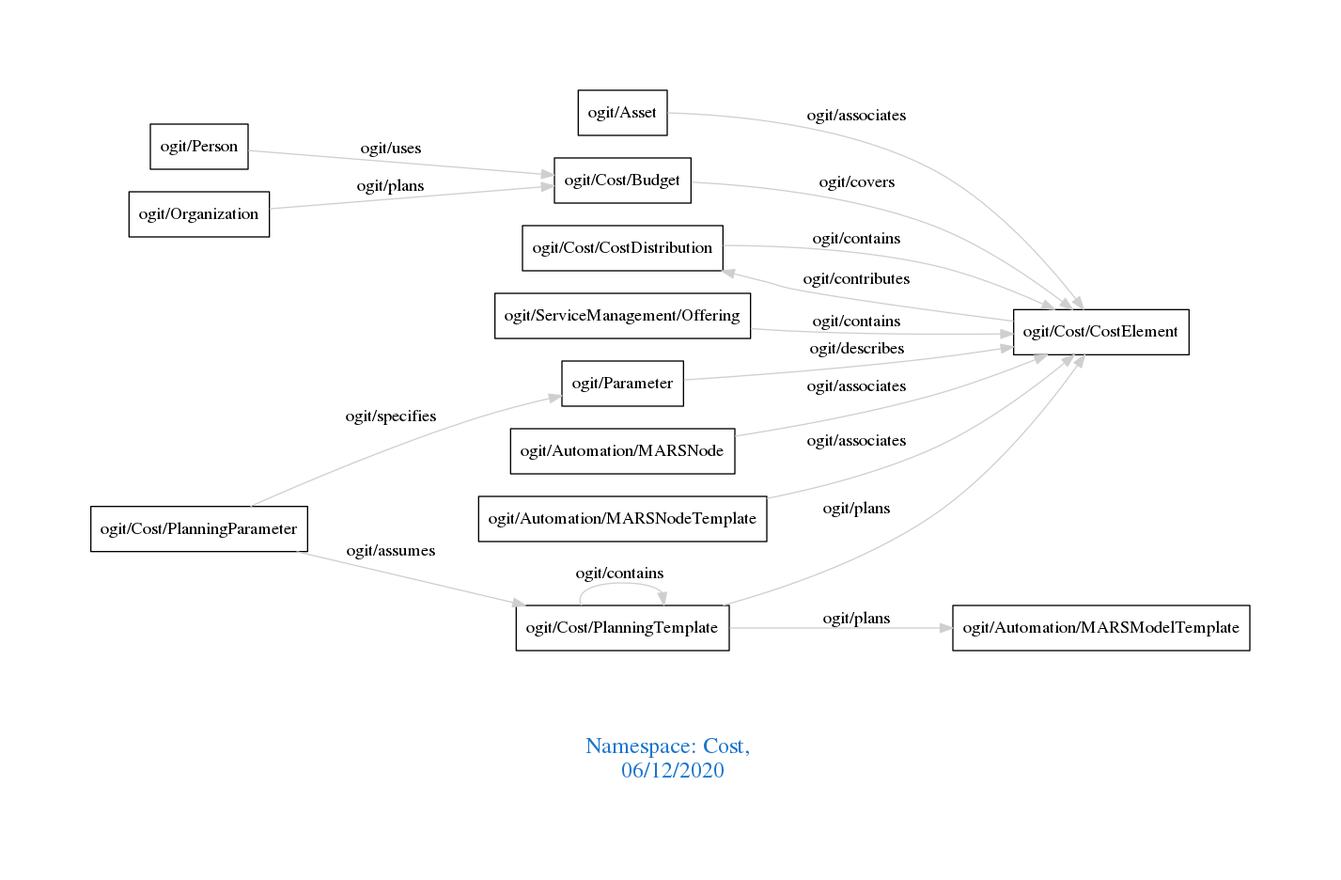
The Graphviz diagram downloads/Cost.png in arago/OGIT, before a commit. Its source is kept beside it as downloads/Cost.dot.
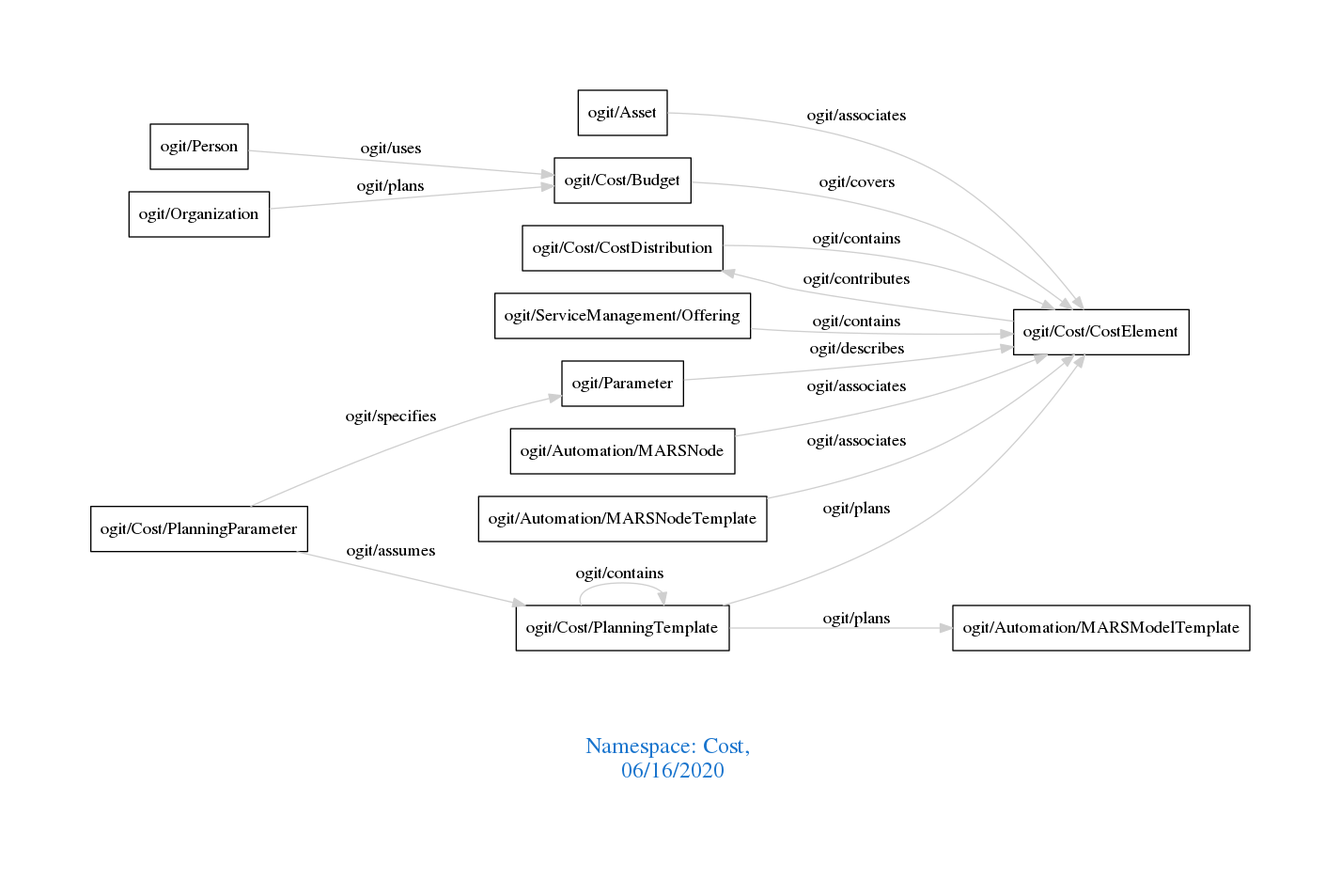
After the commit.

The edit, as a diff of the source:
```diff
@@ -1,7 +1,7 @@
 digraph OGIT_ontology {
  graph [ rankdir= LR,pad=1
 fontsize = 18,
-fontcolor= dodgerblue3,label = "\n\n\nNamespace: Cost, \n 06/12/2020"];
+fontcolor= dodgerblue3,label = "\n\n\nNamespace: Cost, \n 06/16/2020"];
 node[shape=polygon];
 edge [  color="gray81"];
 
```
